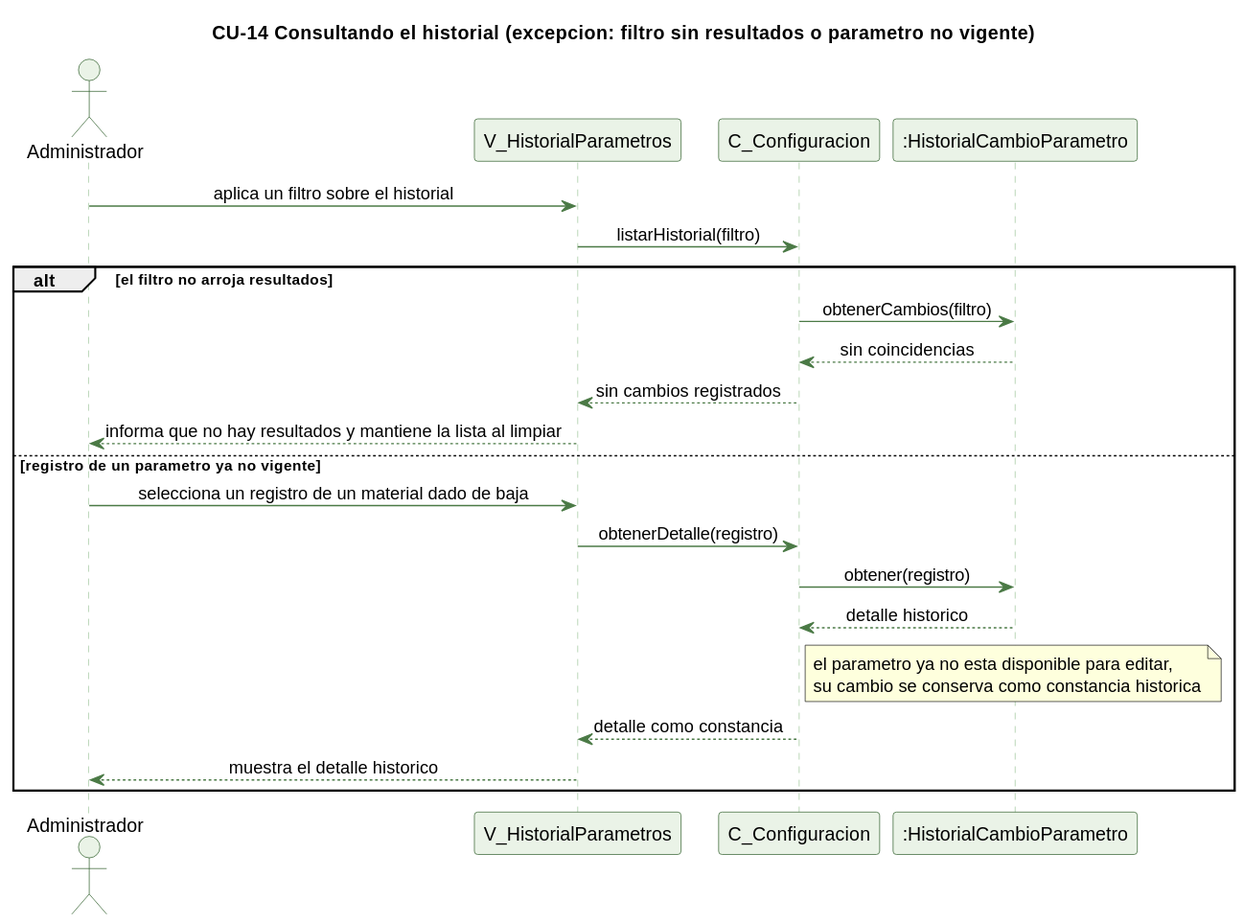
Above: docs/trabajo-grupal/diagramas/secuencias/cu14-historial-parametros-excepcion.svg in kenjikaese/Triverde (PlantUML), before the change. Its diagram source:
```plantuml
@startuml
skinparam backgroundColor #FFFFFF
skinparam shadowing false
skinparam defaultFontName Helvetica
skinparam sequenceMessageAlign center
skinparam ParticipantBackgroundColor #EAF3E7
skinparam ParticipantBorderColor #2E5E2A
skinparam ActorBackgroundColor #EAF3E7
skinparam ActorBorderColor #2E5E2A
skinparam sequenceLifeLineBorderColor #9CC49A
skinparam ArrowColor #4B7A46

title CU-14 Consultando el historial (excepcion: filtro sin resultados o parametro no vigente)

actor Administrador
participant "V_HistorialParametros" as V
participant "C_Configuracion" as C
participant ":HistorialCambioParametro" as H

Administrador -> V : aplica un filtro sobre el historial
V -> C : listarHistorial(filtro)
alt el filtro no arroja resultados
  C -> H : obtenerCambios(filtro)
  H --> C : sin coincidencias
  C --> V : sin cambios registrados
  V --> Administrador : informa que no hay resultados y mantiene la lista al limpiar
else registro de un parametro ya no vigente
  Administrador -> V : selecciona un registro de un material dado de baja
  V -> C : obtenerDetalle(registro)
  C -> H : obtener(registro)
  H --> C : detalle historico
  note right of C : el parametro ya no esta disponible para editar,\nsu cambio se conserva como constancia historica
  C --> V : detalle como constancia
  V --> Administrador : muestra el detalle historico
end
@enduml
```
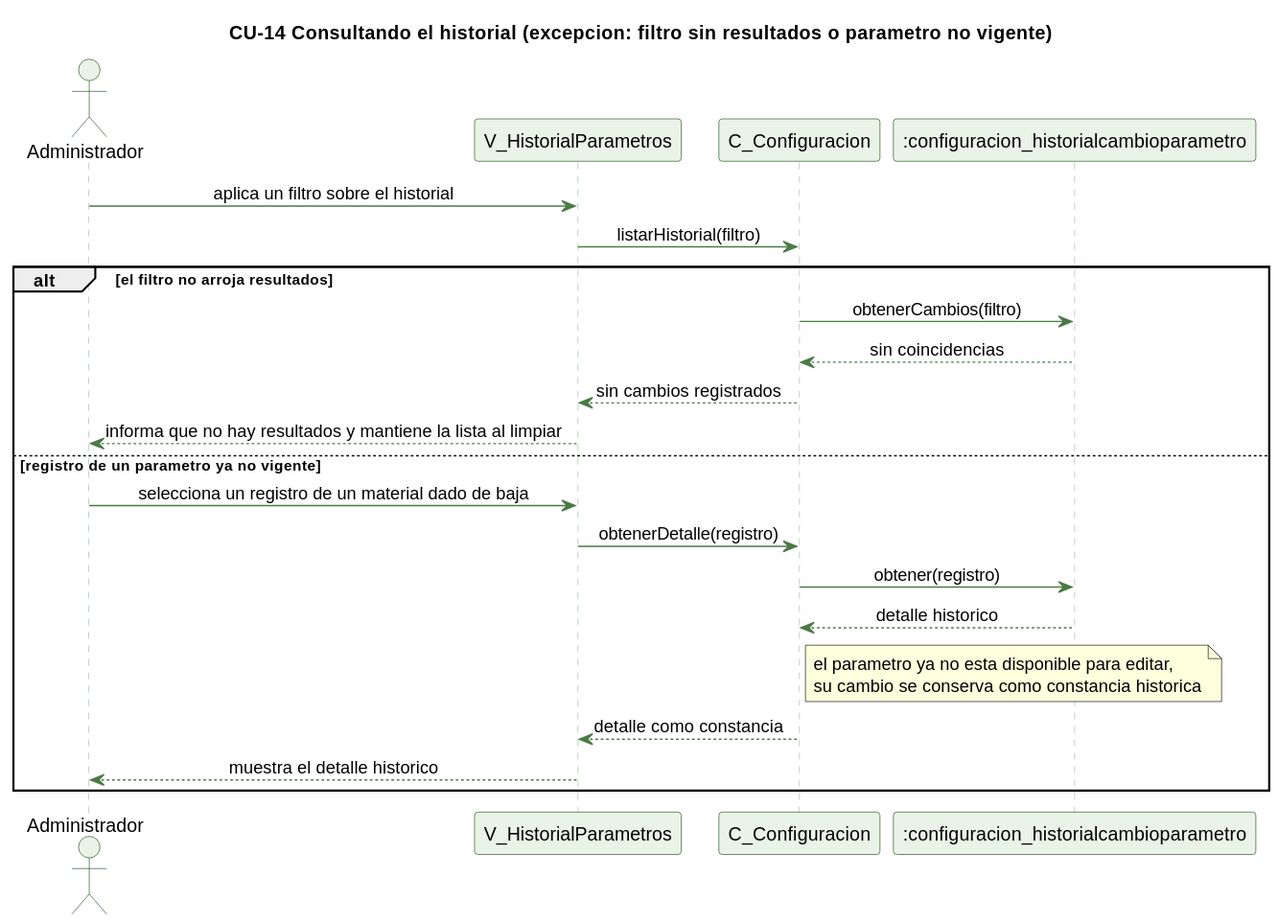
The same diagram one commit later.

The edit, as a diff of the source:
```diff
@@ -15,7 +15,7 @@
 actor Administrador
 participant "V_HistorialParametros" as V
 participant "C_Configuracion" as C
-participant ":HistorialCambioParametro" as H
+participant ":configuracion_historialcambioparametro" as H
 
 Administrador -> V : aplica un filtro sobre el historial
 V -> C : listarHistorial(filtro)
```
